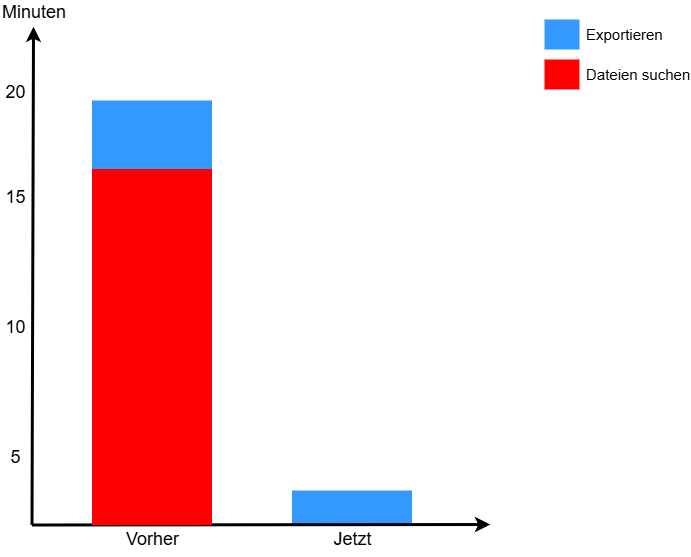
The draw.io diagram Präsentation/Bilder/Balkendiagramm.png in mork02/IHK-Projekt, before a commit. Source tidied: cells renumbered, new cells last; positions are measured from the earlier drawing's top-left corner, leaving out a move shared by most shapes.
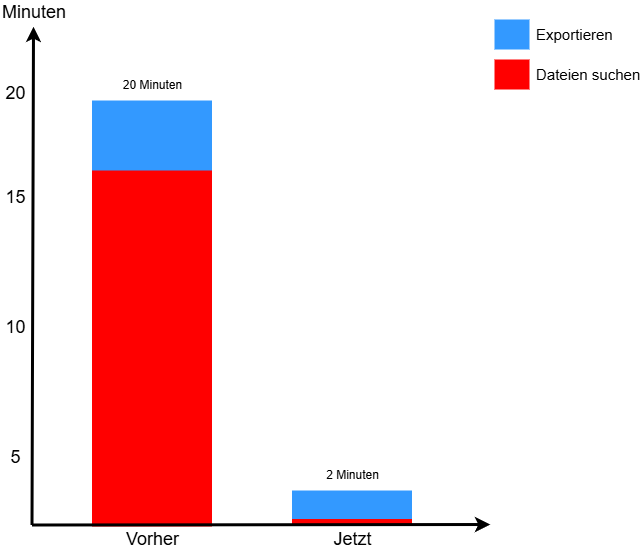
Above is the later version.

Diff of the diagram source:
```diff
@@ -2,8 +2,17 @@
   <root>
     <mxCell id="0" />
     <mxCell id="1" parent="0" />
+    <mxCell id="10" style="whiteSpace=wrap;fillColor=#FF0000;gradientColor=none;gradientDirection=east;strokeColor=none;html=1;fontColor=#23445d;" parent="1" vertex="1">
+      <mxGeometry x="494" y="59" width="35" height="30" as="geometry" />
+    </mxCell>
+    <mxCell id="19" style="whiteSpace=wrap;fillColor=#FF0000;gradientColor=none;gradientDirection=east;strokeColor=none;html=1;fontColor=#23445d;fillStyle=auto;" parent="1" vertex="1">
+      <mxGeometry x="291.5" y="518.5" width="120" height="6" as="geometry" />
+    </mxCell>
+    <mxCell id="18" style="whiteSpace=wrap;fillColor=#FF0000;gradientColor=none;gradientDirection=east;strokeColor=none;html=1;fontColor=#23445d;fillStyle=auto;" parent="1" vertex="1">
+      <mxGeometry x="91.5" y="168.5" width="120" height="356" as="geometry" />
+    </mxCell>
     <mxCell id="2" style="whiteSpace=wrap;fillColor=#3399FF;gradientColor=none;gradientDirection=east;strokeColor=none;html=1;fontColor=#23445d;" parent="1" vertex="1">
-      <mxGeometry x="291.5" y="490" width="120" height="34.5" as="geometry" />
+      <mxGeometry x="291.5" y="490" width="120" height="28.5" as="geometry" />
     </mxCell>
     <mxCell id="3" style="whiteSpace=wrap;fillColor=#3399FF;gradientColor=none;gradientDirection=east;strokeColor=none;html=1;fontColor=#23445d;" parent="1" vertex="1">
       <mxGeometry x="91.5" y="100" width="120" height="81" as="geometry" />
@@ -13,7 +22,7 @@
         <mxPoint x="31.5" y="524.5" as="sourcePoint" />
       </mxGeometry>
     </mxCell>
-    <mxCell id="5" style="whiteSpace=wrap;fillColor=light-dark(#FFFFFF,#FF0000);gradientColor=none;gradientDirection=east;strokeColor=none;html=1;fontColor=#23445d;fillStyle=auto;" parent="1" vertex="1">
+    <mxCell id="5" style="whiteSpace=wrap;fillColor=#FF0000;gradientColor=none;gradientDirection=east;strokeColor=none;html=1;fontColor=#23445d;fillStyle=auto;" parent="1" vertex="1">
       <mxGeometry x="91.5" y="170" width="120" height="356" as="geometry" />
     </mxCell>
     <mxCell id="6" style="edgeStyle=none;html=1;fontColor=#000000;strokeWidth=3;strokeColor=#000000;entryX=-0.015;entryY=-0.083;entryDx=0;entryDy=0;entryPerimeter=0;" parent="1" edge="1">
@@ -29,16 +38,13 @@
       <mxGeometry x="291.5" y="526.5" width="120" height="30" as="geometry" />
     </mxCell>
     <mxCell id="9" style="whiteSpace=wrap;fillColor=#3399FF;gradientColor=none;gradientDirection=east;strokeColor=none;html=1;fontColor=#23445d;" parent="1" vertex="1">
-      <mxGeometry x="544" y="19" width="35" height="30" as="geometry" />
+      <mxGeometry x="494" y="19" width="35" height="30" as="geometry" />
     </mxCell>
-    <mxCell id="10" style="whiteSpace=wrap;fillColor=#FF0000;gradientColor=none;gradientDirection=east;strokeColor=none;html=1;fontColor=#23445d;" parent="1" vertex="1">
-      <mxGeometry x="544" y="59" width="35" height="30" as="geometry" />
-    </mxCell>
     <mxCell id="11" value="Exportieren" style="text;spacingTop=-5;html=1;fontSize=15;" parent="1" vertex="1">
-      <mxGeometry x="584" y="24" width="80" height="20" as="geometry" />
+      <mxGeometry x="534" y="24" width="80" height="20" as="geometry" />
     </mxCell>
     <mxCell id="12" value="Dateien suchen" style="text;spacingTop=-5;html=1;fontSize=15;" parent="1" vertex="1">
-      <mxGeometry x="584" y="64" width="80" height="20" as="geometry" />
+      <mxGeometry x="534" y="64" width="80" height="20" as="geometry" />
     </mxCell>
     <mxCell id="13" value="Minuten" style="text;spacingTop=-5;html=1;fontSize=18;fontStyle=0;" parent="1" vertex="1">
       <mxGeometry x="-0.5" width="80" height="19" as="geometry" />
@@ -55,8 +61,11 @@
     <mxCell id="17" value="20" style="text;spacingTop=-5;align=center;verticalAlign=middle;fontStyle=0;html=1;fontSize=18;points=[];" parent="1" vertex="1">
       <mxGeometry x="-0.5" y="30" width="30" height="130" as="geometry" />
     </mxCell>
-    <mxCell id="18" style="whiteSpace=wrap;fillColor=#FF0000;gradientColor=none;gradientDirection=east;strokeColor=none;html=1;fontColor=#23445d;fillStyle=auto;" parent="1" vertex="1">
-      <mxGeometry x="91.5" y="168.5" width="120" height="356" as="geometry" />
-    </mxCell>
+    <mxCell id="20" value="20 Minuten" style="text;html=1;align=center;verticalAlign=middle;strokeColor=none;fillColor=none;" parent="1" vertex="1">
+      <mxGeometry x="111.5" y="70" width="80" height="30" as="geometry" />
+    </mxCell>
+    <mxCell id="21" value="2 Minuten" style="text;html=1;align=center;verticalAlign=middle;strokeColor=none;fillColor=none;" parent="1" vertex="1">
+      <mxGeometry x="311.5" y="460" width="80" height="30" as="geometry" />
+    </mxCell>
   </root>
 </mxGraphModel>
```
